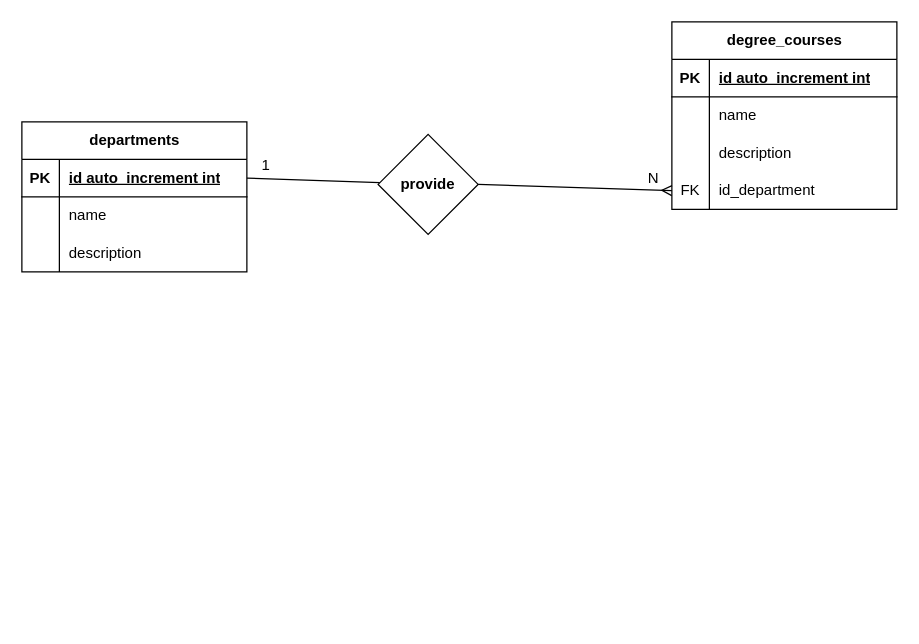
Above: db_university.drawio in totarochristian/db-university (draw.io), before the change. Source tidied: cells renumbered, new cells numbered last; positions are measured from the earlier drawing's top-left corner, leaving out a move shared by most shapes. Both pictures are drawn from the tidied source at 125%, with x=0, y=0 at pixel (21, 21).
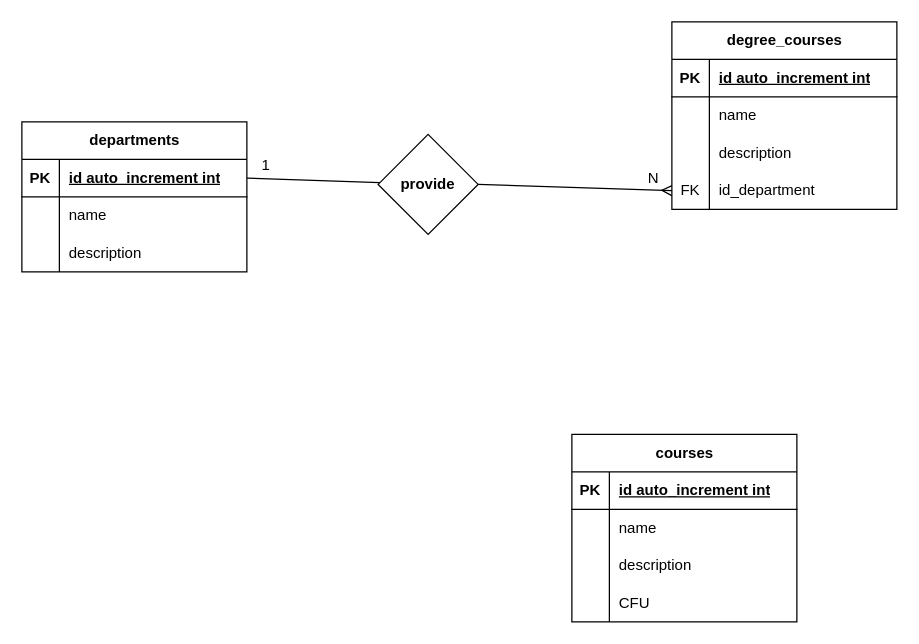
The same diagram, later.

Commit message:
Add courses table

Diff of the diagram source:
```diff
@@
+    <mxCell id="30" value="courses" style="shape=table;startSize=30;childLayout=tableLayout;rowLines=0;fontStyle=1;align=center;html=1;" parent="1" vertex="1">
+      <mxGeometry x="440" y="330" width="180" height="150" as="geometry" />
+    </mxCell>
+    <mxCell id="31" style="shape=tableRow;horizontal=0;startSize=0;swimlaneHead=0;swimlaneBody=0;fillColor=none;top=0;left=0;right=0;bottom=1;" parent="30" vertex="1">
+      <mxGeometry y="30" width="180" height="30" as="geometry" />
+    </mxCell>
+    <mxCell id="32" value="PK" style="shape=partialRectangle;fillColor=none;top=0;left=0;bottom=0;right=0;fontStyle=1;overflow=hidden;whiteSpace=wrap;html=1;" parent="31" vertex="1">
+      <mxGeometry width="30" height="30" as="geometry" />
+    </mxCell>
+    <mxCell id="33" value="id auto_increment int" style="shape=partialRectangle;fillColor=none;top=0;left=0;bottom=0;right=0;align=left;spacingLeft=6;fontStyle=5;overflow=hidden;whiteSpace=wrap;html=1;" parent="31" vertex="1">
+      <mxGeometry x="30" width="150" height="30" as="geometry" />
+    </mxCell>
+    <mxCell id="34" style="shape=tableRow;horizontal=0;startSize=0;swimlaneHead=0;swimlaneBody=0;fillColor=none;top=0;left=0;right=0;bottom=0;" parent="30" vertex="1">
+      <mxGeometry y="60" width="180" height="30" as="geometry" />
+    </mxCell>
+    <mxCell id="35" style="shape=partialRectangle;fillColor=none;top=0;left=0;bottom=0;right=0;overflow=hidden;whiteSpace=wrap;html=1;" parent="34" vertex="1">
+      <mxGeometry width="30" height="30" as="geometry" />
+    </mxCell>
+    <mxCell id="36" value="name" style="shape=partialRectangle;fillColor=none;top=0;left=0;bottom=0;right=0;align=left;spacingLeft=6;overflow=hidden;whiteSpace=wrap;html=1;" parent="34" vertex="1">
+      <mxGeometry x="30" width="150" height="30" as="geometry" />
+    </mxCell>
+    <mxCell id="37" style="shape=tableRow;horizontal=0;startSize=0;swimlaneHead=0;swimlaneBody=0;fillColor=none;top=0;left=0;right=0;bottom=0;" parent="30" vertex="1">
+      <mxGeometry y="90" width="180" height="30" as="geometry" />
+    </mxCell>
+    <mxCell id="38" style="shape=partialRectangle;fillColor=none;top=0;left=0;bottom=0;right=0;overflow=hidden;whiteSpace=wrap;html=1;" parent="37" vertex="1">
+      <mxGeometry width="30" height="30" as="geometry" />
+    </mxCell>
+    <mxCell id="39" value="description" style="shape=partialRectangle;fillColor=none;top=0;left=0;bottom=0;right=0;align=left;spacingLeft=6;overflow=hidden;whiteSpace=wrap;html=1;" parent="37" vertex="1">
+      <mxGeometry x="30" width="150" height="30" as="geometry" />
+    </mxCell>
+    <mxCell id="40" style="shape=tableRow;horizontal=0;startSize=0;swimlaneHead=0;swimlaneBody=0;fillColor=none;top=0;left=0;right=0;bottom=0;" parent="30" vertex="1">
+      <mxGeometry y="120" width="180" height="30" as="geometry" />
+    </mxCell>
+    <mxCell id="41" style="shape=partialRectangle;fillColor=none;top=0;left=0;bottom=0;right=0;overflow=hidden;whiteSpace=wrap;html=1;" parent="40" vertex="1">
+      <mxGeometry width="30" height="30" as="geometry" />
+    </mxCell>
+    <mxCell id="42" value="CFU" style="shape=partialRectangle;fillColor=none;top=0;left=0;bottom=0;right=0;align=left;spacingLeft=6;overflow=hidden;whiteSpace=wrap;html=1;" parent="40" vertex="1">
+      <mxGeometry x="30" width="150" height="30" as="geometry" />
+    </mxCell>
```
